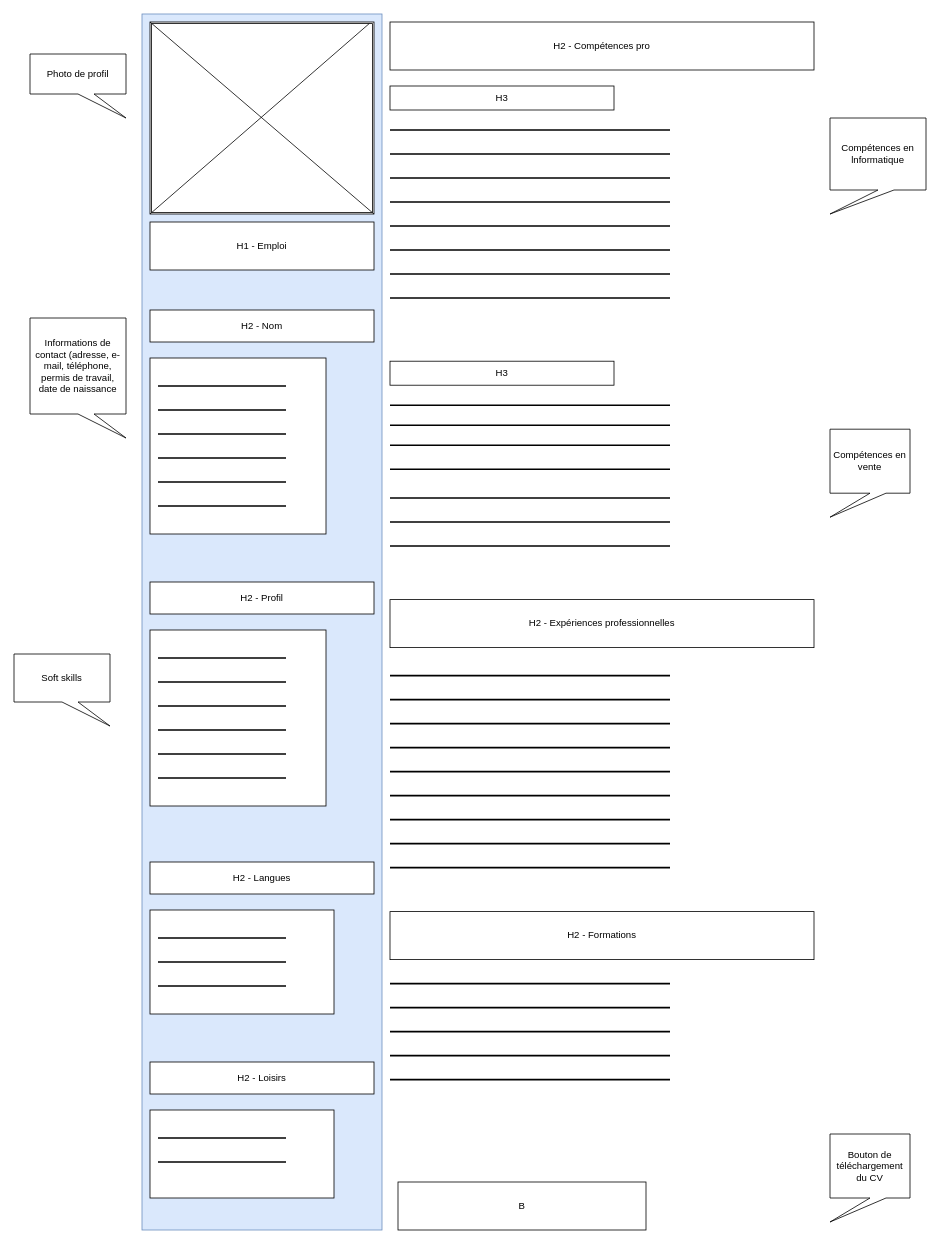
Before: cv.drawio in feliciencorbat/wireframe_cv_bootstrap, a draw.io diagram. Source tidied: cells renumbered, new cells numbered last; positions are measured from the earlier drawing's top-left corner, leaving out a move shared by most shapes. Both pictures are drawn from the tidied source at 80%, with x=0, y=0 at pixel (14, 14).
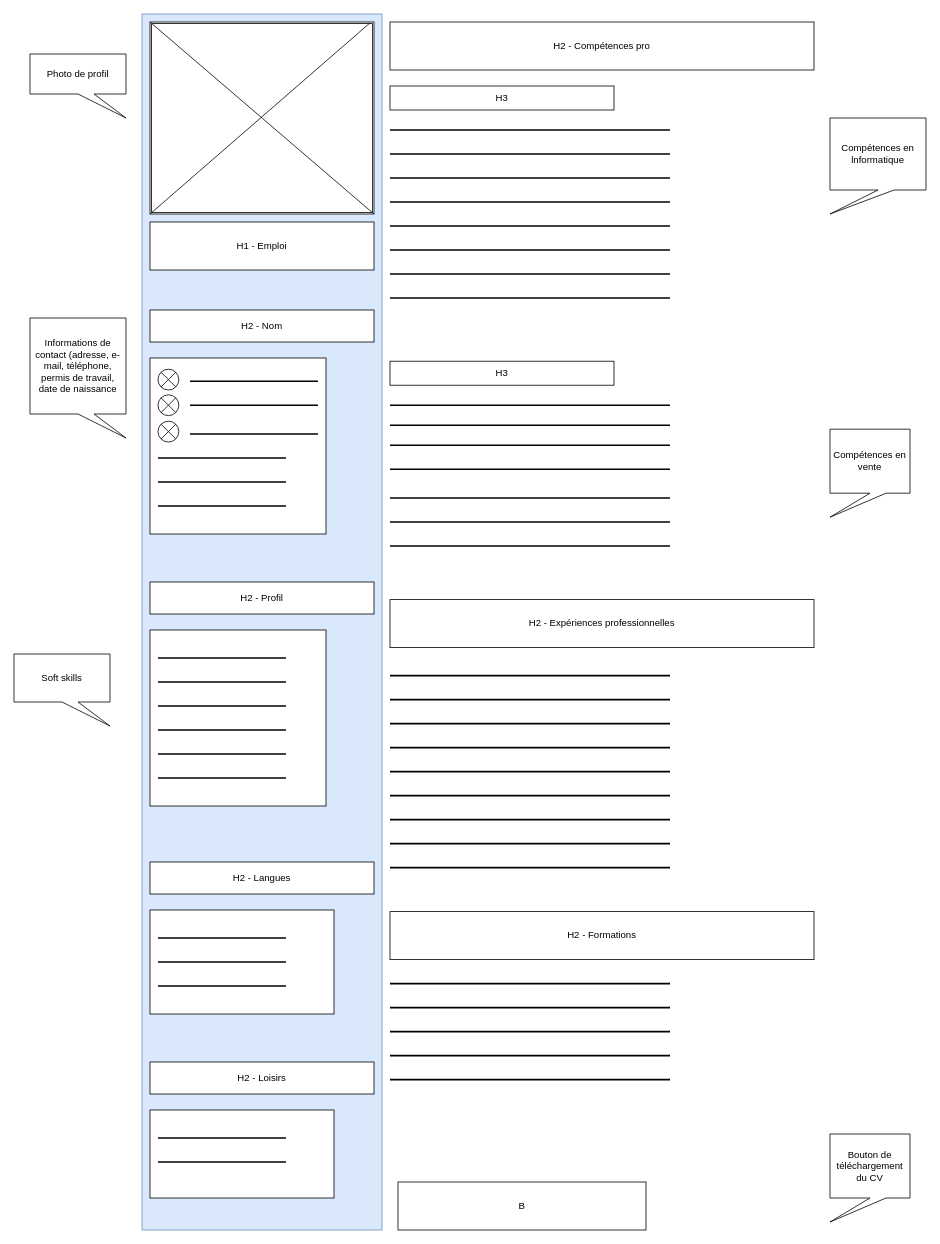
The same diagram, later.

Change to the diagram source:
```diff
@@
     <mxCell id="8" style="line;strokeWidth=2;html=1;" parent="1" vertex="1">
-      <mxGeometry x="180" y="520" width="160" height="10" as="geometry" />
+      <mxGeometry x="220" y="520" width="160" height="10" as="geometry" />
     </mxCell>
@@
     <mxCell id="12" style="line;strokeWidth=2;html=1;" parent="1" vertex="1">
-      <mxGeometry x="180" y="460" width="160" height="10" as="geometry" />
+      <mxGeometry x="220" y="454" width="160" height="10" as="geometry" />
     </mxCell>
     <mxCell id="13" style="line;strokeWidth=2;html=1;" parent="1" vertex="1">
-      <mxGeometry x="180" y="490" width="160" height="10" as="geometry" />
+      <mxGeometry x="220" y="484" width="160" height="10" as="geometry" />
     </mxCell>
@@
+    <mxCell id="74" style="shape=sumEllipse;perimeter=ellipsePerimeter;whiteSpace=wrap;html=1;backgroundOutline=1;" parent="1" vertex="1">
+      <mxGeometry x="180" y="444" width="26" height="26" as="geometry" />
+    </mxCell>
+    <mxCell id="75" style="shape=sumEllipse;perimeter=ellipsePerimeter;whiteSpace=wrap;html=1;backgroundOutline=1;" parent="1" vertex="1">
+      <mxGeometry x="180" y="476" width="26" height="26" as="geometry" />
+    </mxCell>
+    <mxCell id="76" style="shape=sumEllipse;perimeter=ellipsePerimeter;whiteSpace=wrap;html=1;backgroundOutline=1;" parent="1" vertex="1">
+      <mxGeometry x="180" y="509" width="26" height="26" as="geometry" />
+    </mxCell>
```
